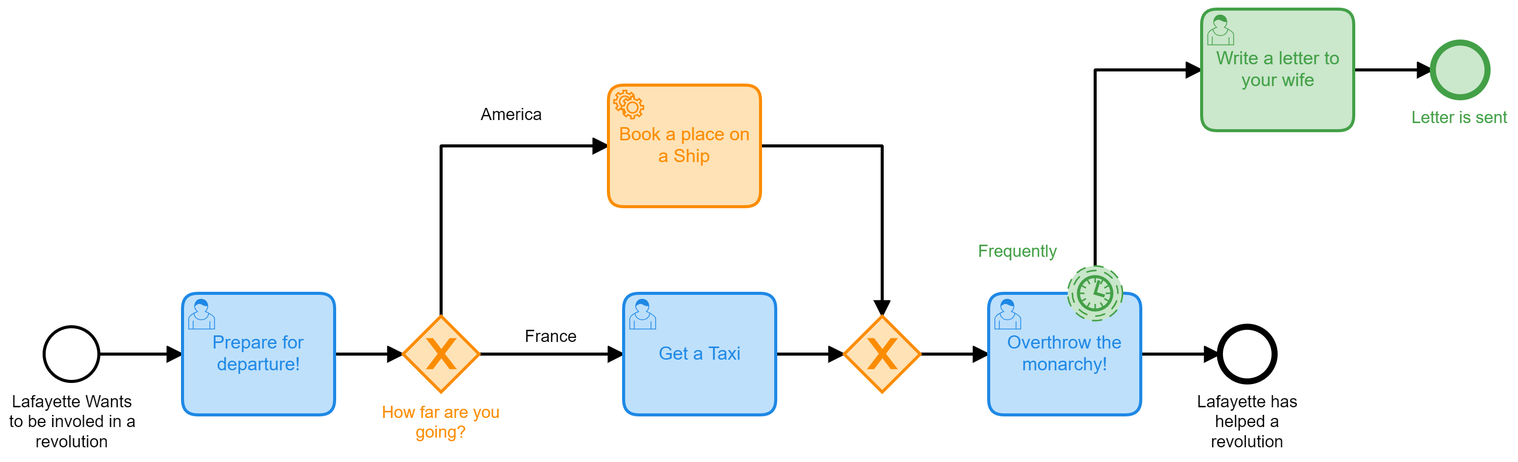
The BPMN diagram src/main/resources/images/LafayetteV3.png in camunda-community-hub/Camunda-7-Spring-Boot-Tutorial-Lafayette, before a commit. Its source is kept beside it as src/main/resources/LafayetteV3.bpmn. Ids are renumbered.
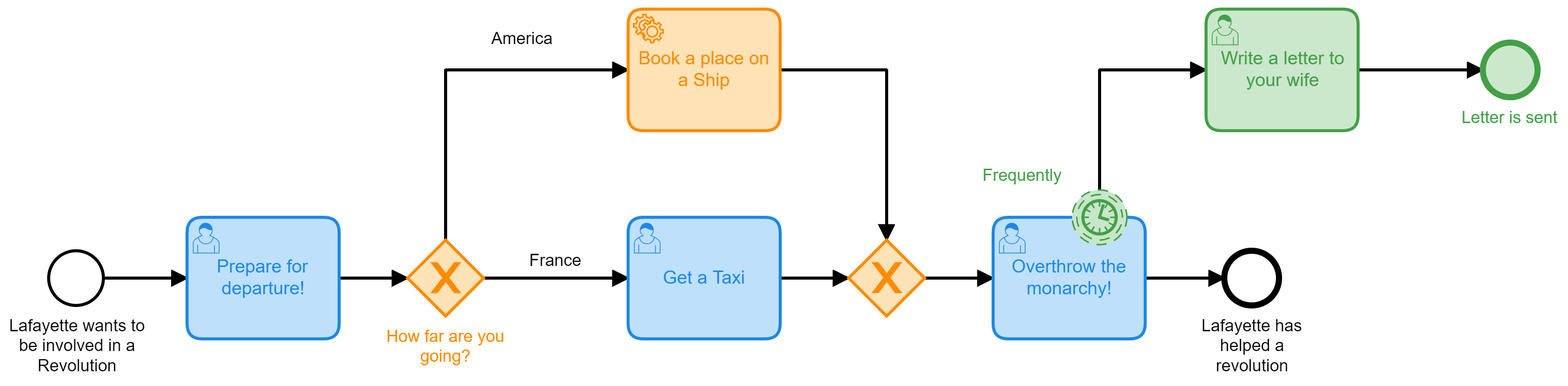
The same file after the commit.

Diff of the diagram source:
```diff
@@ -1,6 +1,6 @@
 <bpmn:definitions xmlns:bpmn="http://www.omg.org/spec/BPMN/20100524/MODEL" xmlns:bpmndi="http://www.omg.org/spec/BPMN/20100524/DI" xmlns:dc="http://www.omg.org/spec/DD/20100524/DC" xmlns:di="http://www.omg.org/spec/DD/20100524/DI" xmlns:camunda="http://camunda.org/schema/1.0/bpmn" xmlns:bioc="http://bpmn.io/schema/bpmn/biocolor/1.0" xmlns:xsi="http://www.w3.org/2001/XMLSchema-instance" id="Definitions_n1" targetNamespace="http://bpmn.io/schema/bpmn" exporter="Camunda Modeler" exporterVersion="4.8.0">
   <bpmn:process id="Lafayette-process-v3" name="Lafayette Version 3." isExecutable="true">
-    <bpmn:startEvent id="StartEvent_1" name="Lafayette Wants to be involed in a revolution">
+    <bpmn:startEvent id="StartEvent_1" name="Lafayette wants to be involved in a Revolution">
       <bpmn:outgoing>SequenceFlow_n2</bpmn:outgoing>
     </bpmn:startEvent>
     <bpmn:sequenceFlow id="SequenceFlow_n2" sourceRef="StartEvent_1" targetRef="Activity_n3" />
@@ -62,101 +62,101 @@
   </bpmn:process>
   <bpmndi:BPMNDiagram id="BPMNDiagram_1">
     <bpmndi:BPMNPlane id="BPMNPlane_1" bpmnElement="Lafayette-process-v3">
+      <bpmndi:BPMNEdge id="Flow_n22_di" bpmnElement="Flow_n22">
+        <di:waypoint x="1040" y="120" />
+        <di:waypoint x="1122" y="120" />
+      </bpmndi:BPMNEdge>
+      <bpmndi:BPMNEdge id="Flow_n18_di" bpmnElement="Flow_n18">
+        <di:waypoint x="870" y="199" />
+        <di:waypoint x="870" y="120" />
+        <di:waypoint x="940" y="120" />
+      </bpmndi:BPMNEdge>
       <bpmndi:BPMNEdge id="Flow_n16_di" bpmnElement="Flow_n16">
-        <di:waypoint x="650" y="170" />
-        <di:waypoint x="730" y="170" />
-        <di:waypoint x="730" y="282" />
+        <di:waypoint x="660" y="120" />
+        <di:waypoint x="730" y="120" />
+        <di:waypoint x="730" y="232" />
       </bpmndi:BPMNEdge>
       <bpmndi:BPMNEdge id="Flow_n13_di" bpmnElement="Flow_n13">
-        <di:waypoint x="755" y="307" />
-        <di:waypoint x="800" y="307" />
+        <di:waypoint x="755" y="257" />
+        <di:waypoint x="800" y="257" />
       </bpmndi:BPMNEdge>
       <bpmndi:BPMNEdge id="Flow_n14_di" bpmnElement="Flow_n14">
-        <di:waypoint x="440" y="282" />
-        <di:waypoint x="440" y="170" />
-        <di:waypoint x="550" y="170" />
+        <di:waypoint x="440" y="232" />
+        <di:waypoint x="440" y="120" />
+        <di:waypoint x="560" y="120" />
         <bpmndi:BPMNLabel>
-          <dc:Bounds x="466" y="143" width="40" height="14" />
+          <dc:Bounds x="470" y="93" width="40" height="14" />
         </bpmndi:BPMNLabel>
       </bpmndi:BPMNEdge>
       <bpmndi:BPMNEdge id="Flow_n11_di" bpmnElement="Flow_n11">
-        <di:waypoint x="465" y="307" />
-        <di:waypoint x="560" y="307" />
+        <di:waypoint x="465" y="257" />
+        <di:waypoint x="560" y="257" />
         <bpmndi:BPMNLabel>
-          <dc:Bounds x="495" y="289" width="35" height="14" />
+          <dc:Bounds x="495" y="239" width="35" height="14" />
         </bpmndi:BPMNLabel>
       </bpmndi:BPMNEdge>
       <bpmndi:BPMNEdge id="Flow_n5_di" bpmnElement="Flow_n5">
-        <di:waypoint x="900" y="307" />
-        <di:waypoint x="952" y="307" />
+        <di:waypoint x="900" y="257" />
+        <di:waypoint x="952" y="257" />
       </bpmndi:BPMNEdge>
       <bpmndi:BPMNEdge id="Flow_n8_di" bpmnElement="Flow_n8">
-        <di:waypoint x="660" y="307" />
-        <di:waypoint x="705" y="307" />
+        <di:waypoint x="660" y="257" />
+        <di:waypoint x="705" y="257" />
       </bpmndi:BPMNEdge>
       <bpmndi:BPMNEdge id="Flow_n6_di" bpmnElement="Flow_n6">
-        <di:waypoint x="370" y="307" />
-        <di:waypoint x="415" y="307" />
+        <di:waypoint x="370" y="257" />
+        <di:waypoint x="415" y="257" />
       </bpmndi:BPMNEdge>
       <bpmndi:BPMNEdge id="SequenceFlow_n2_di" bpmnElement="SequenceFlow_n2">
-        <di:waypoint x="215" y="307" />
-        <di:waypoint x="270" y="307" />
-      </bpmndi:BPMNEdge>
-      <bpmndi:BPMNEdge id="Flow_n18_di" bpmnElement="Flow_n18">
-        <di:waypoint x="870" y="249" />
-        <di:waypoint x="870" y="120" />
-        <di:waypoint x="940" y="120" />
-      </bpmndi:BPMNEdge>
-      <bpmndi:BPMNEdge id="Flow_n22_di" bpmnElement="Flow_n22">
-        <di:waypoint x="1040" y="120" />
-        <di:waypoint x="1092" y="120" />
+        <di:waypoint x="215" y="257" />
+        <di:waypoint x="270" y="257" />
       </bpmndi:BPMNEdge>
       <bpmndi:BPMNShape id="_BPMNShape_StartEvent_2" bpmnElement="StartEvent_1">
-        <dc:Bounds x="179" y="289" width="36" height="36" />
+        <dc:Bounds x="179" y="239" width="36" height="36" />
         <bpmndi:BPMNLabel>
-          <dc:Bounds x="156" y="332" width="83" height="40" />
+          <dc:Bounds x="153" y="282" width="90" height="40" />
         </bpmndi:BPMNLabel>
       </bpmndi:BPMNShape>
       <bpmndi:BPMNShape id="EndEvent_n4_di" bpmnElement="EndEvent_n4">
-        <dc:Bounds x="952" y="289" width="36" height="36" />
+        <dc:Bounds x="952" y="239" width="36" height="36" />
         <bpmndi:BPMNLabel>
-          <dc:Bounds x="937" y="332" width="67" height="40" />
+          <dc:Bounds x="937" y="282" width="67" height="40" />
         </bpmndi:BPMNLabel>
       </bpmndi:BPMNShape>
       <bpmndi:BPMNShape id="Activity_n3_di" bpmnElement="Activity_n3" bioc:stroke="rgb(30, 136, 229)" bioc:fill="rgb(187, 222, 251)">
-        <dc:Bounds x="270" y="267" width="100" height="80" />
+        <dc:Bounds x="270" y="217" width="100" height="80" />
       </bpmndi:BPMNShape>
       <bpmndi:BPMNShape id="Activity_1lu1qtk_di" bpmnElement="Activity_n9" bioc:stroke="rgb(30, 136, 229)" bioc:fill="rgb(187, 222, 251)">
-        <dc:Bounds x="560" y="267" width="100" height="80" />
+        <dc:Bounds x="560" y="217" width="100" height="80" />
       </bpmndi:BPMNShape>
       <bpmndi:BPMNShape id="Activity_0lh3lbj_di" bpmnElement="Activity_n12" bioc:stroke="rgb(30, 136, 229)" bioc:fill="rgb(187, 222, 251)">
-        <dc:Bounds x="800" y="267" width="100" height="80" />
+        <dc:Bounds x="800" y="217" width="100" height="80" />
       </bpmndi:BPMNShape>
       <bpmndi:BPMNShape id="Gateway_n7_di" bpmnElement="Gateway_n7" isMarkerVisible="true" bioc:stroke="rgb(251, 140, 0)" bioc:fill="rgb(255, 224, 178)">
-        <dc:Bounds x="415" y="282" width="50" height="50" />
+        <dc:Bounds x="415" y="232" width="50" height="50" />
         <bpmndi:BPMNLabel>
-          <dc:Bounds x="401" y="339" width="78" height="27" />
+          <dc:Bounds x="401" y="289" width="78" height="27" />
         </bpmndi:BPMNLabel>
       </bpmndi:BPMNShape>
       <bpmndi:BPMNShape id="Gateway_n10_di" bpmnElement="Gateway_n10" isMarkerVisible="true" bioc:stroke="rgb(251, 140, 0)" bioc:fill="rgb(255, 224, 178)">
-        <dc:Bounds x="705" y="282" width="50" height="50" />
+        <dc:Bounds x="705" y="232" width="50" height="50" />
       </bpmndi:BPMNShape>
       <bpmndi:BPMNShape id="Activity_1d7iv80_di" bpmnElement="Activity_n15" bioc:stroke="rgb(251, 140, 0)" bioc:fill="rgb(255, 224, 178)">
-        <dc:Bounds x="550" y="130" width="100" height="80" />
+        <dc:Bounds x="560" y="80" width="100" height="80" />
       </bpmndi:BPMNShape>
       <bpmndi:BPMNShape id="Event_n21_di" bpmnElement="Event_n21" bioc:stroke="rgb(67, 160, 71)" bioc:fill="rgb(200, 230, 201)">
-        <dc:Bounds x="1092" y="102" width="36" height="36" />
+        <dc:Bounds x="1122" y="102" width="36" height="36" />
         <bpmndi:BPMNLabel>
-          <dc:Bounds x="1078" y="145" width="64" height="14" />
+          <dc:Bounds x="1108" y="145" width="64" height="14" />
         </bpmndi:BPMNLabel>
       </bpmndi:BPMNShape>
       <bpmndi:BPMNShape id="Activity_05bdmd3_di" bpmnElement="Activity_n20" bioc:stroke="rgb(67, 160, 71)" bioc:fill="rgb(200, 230, 201)">
         <dc:Bounds x="940" y="80" width="100" height="80" />
       </bpmndi:BPMNShape>
       <bpmndi:BPMNShape id="Event_1xxoife_di" bpmnElement="Event_n17" bioc:stroke="rgb(67, 160, 71)" bioc:fill="rgb(200, 230, 201)">
-        <dc:Bounds x="852" y="249" width="36" height="36" />
+        <dc:Bounds x="852" y="199" width="36" height="36" />
         <bpmndi:BPMNLabel>
-          <dc:Bounds x="793" y="233" width="53" height="14" />
+          <dc:Bounds x="793" y="183" width="53" height="14" />
         </bpmndi:BPMNLabel>
       </bpmndi:BPMNShape>
     </bpmndi:BPMNPlane>
```
